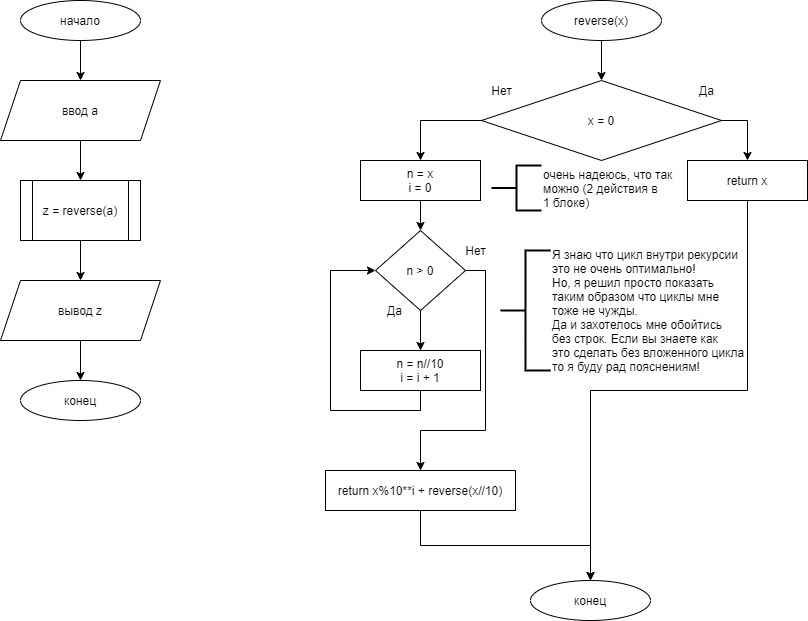
The draw.io diagram homeworks/task_2.png in sgb128/python_SVKachkalda, before a commit. Source tidied: cells renumbered, new cells last; positions are measured from the earlier drawing's top-left corner, leaving out a move shared by most shapes. Its diagram source:
```xml
<mxGraphModel>
  <root>
    <mxCell id="0" />
    <mxCell id="1" parent="0" />
    <mxCell id="2" style="edgeStyle=orthogonalEdgeStyle;rounded=0;jettySize=auto;html=1;exitX=0.5;exitY=1;exitDx=0;exitDy=0;entryX=0.5;entryY=0;entryDx=0;entryDy=0;" parent="1" edge="1" source="3" target="5">
      <mxGeometry relative="1" as="geometry" />
    </mxCell>
    <mxCell id="3" value="reverse(x)" style="ellipse;whiteSpace=wrap;html=1;" parent="1" vertex="1">
      <mxGeometry x="541" width="120" height="40" as="geometry" />
    </mxCell>
    <mxCell id="4" style="group;" parent="1" vertex="1">
      <mxGeometry x="481" y="80" width="240" height="80" as="geometry" />
    </mxCell>
    <mxCell id="5" value="x = 0" style="rhombus;whiteSpace=wrap;html=1;" parent="4" vertex="1">
      <mxGeometry width="240" height="80" as="geometry" />
    </mxCell>
    <mxCell id="6" value="Нет" style="text;html=1;align=center;verticalAlign=middle;" parent="4" vertex="1">
      <mxGeometry width="40" height="20" as="geometry" />
    </mxCell>
    <mxCell id="7" value="Да" style="text;html=1;align=center;verticalAlign=middle;" parent="4" vertex="1">
      <mxGeometry x="210" width="30" height="20" as="geometry" />
    </mxCell>
    <mxCell id="8" style="edgeStyle=orthogonalEdgeStyle;rounded=0;jettySize=auto;html=1;exitX=0.5;exitY=1;exitDx=0;exitDy=0;entryX=0.5;entryY=0;entryDx=0;entryDy=0;" parent="1" edge="1" source="9" target="12">
      <mxGeometry relative="1" as="geometry" />
    </mxCell>
    <mxCell id="9" value="return x" style="rounded=0;whiteSpace=wrap;html=1;" parent="1" vertex="1">
      <mxGeometry x="687" y="160" width="120" height="40" as="geometry" />
    </mxCell>
    <mxCell id="10" style="edgeStyle=orthogonalEdgeStyle;rounded=0;jettySize=auto;html=1;exitX=0.5;exitY=1;exitDx=0;exitDy=0;" parent="1" edge="1" source="11" target="12">
      <mxGeometry relative="1" as="geometry" />
    </mxCell>
    <mxCell id="11" value="return x%10**i + reverse(x//10)" style="rounded=0;whiteSpace=wrap;html=1;" parent="1" vertex="1">
      <mxGeometry x="325" y="470" width="190" height="40" as="geometry" />
    </mxCell>
    <mxCell id="12" value="конец" style="ellipse;whiteSpace=wrap;html=1;" parent="1" vertex="1">
      <mxGeometry x="530" y="580" width="120" height="40" as="geometry" />
    </mxCell>
    <mxCell id="13" style="edgeStyle=orthogonalEdgeStyle;rounded=0;jettySize=auto;html=1;exitX=1;exitY=0.5;exitDx=0;exitDy=0;entryX=0.5;entryY=0;entryDx=0;entryDy=0;" parent="1" edge="1" source="5" target="9">
      <mxGeometry relative="1" as="geometry" />
    </mxCell>
    <mxCell id="14" style="edgeStyle=orthogonalEdgeStyle;rounded=0;jettySize=auto;html=1;" parent="1" edge="1" source="15" target="17">
      <mxGeometry relative="1" as="geometry" />
    </mxCell>
    <mxCell id="15" value="начало" style="ellipse;whiteSpace=wrap;html=1;" parent="1" vertex="1">
      <mxGeometry x="20" width="120" height="40" as="geometry" />
    </mxCell>
    <mxCell id="16" style="edgeStyle=orthogonalEdgeStyle;rounded=0;jettySize=auto;html=1;" parent="1" edge="1" source="17" target="19">
      <mxGeometry relative="1" as="geometry" />
    </mxCell>
    <mxCell id="17" value="ввод a" style="shape=parallelogram;perimeter=parallelogramPerimeter;whiteSpace=wrap;html=1;fixedSize=1;" parent="1" vertex="1">
      <mxGeometry y="80" width="160" height="60" as="geometry" />
    </mxCell>
    <mxCell id="18" style="edgeStyle=orthogonalEdgeStyle;rounded=0;jettySize=auto;html=1;" parent="1" edge="1" source="19" target="31">
      <mxGeometry relative="1" as="geometry" />
    </mxCell>
    <mxCell id="19" value="z = reverse(a)" style="shape=process;whiteSpace=wrap;html=1;backgroundOutline=1;" parent="1" vertex="1">
      <mxGeometry x="20" y="180" width="120" height="60" as="geometry" />
    </mxCell>
    <mxCell id="20" style="edgeStyle=orthogonalEdgeStyle;rounded=0;jettySize=auto;html=1;exitX=0.5;exitY=1;exitDx=0;exitDy=0;entryX=0.5;entryY=0;entryDx=0;entryDy=0;" parent="1" edge="1" source="22" target="26">
      <mxGeometry relative="1" as="geometry" />
    </mxCell>
    <mxCell id="21" style="edgeStyle=orthogonalEdgeStyle;rounded=0;jettySize=auto;html=1;exitX=1;exitY=0.5;exitDx=0;exitDy=0;entryX=0.5;entryY=0;entryDx=0;entryDy=0;" parent="1" edge="1" source="22" target="11">
      <mxGeometry relative="1" as="geometry">
        <Array as="points">
          <mxPoint x="485" y="270" />
          <mxPoint x="485" y="430" />
          <mxPoint x="420" y="430" />
        </Array>
      </mxGeometry>
    </mxCell>
    <mxCell id="22" value="n &amp;gt; 0" style="rhombus;whiteSpace=wrap;html=1;" parent="1" vertex="1">
      <mxGeometry x="375" y="230" width="90" height="80" as="geometry" />
    </mxCell>
    <mxCell id="23" value="Нет" style="text;html=1;align=center;verticalAlign=middle;" parent="1" vertex="1">
      <mxGeometry x="455" y="240" width="40" height="20" as="geometry" />
    </mxCell>
    <mxCell id="24" value="Да" style="text;html=1;align=center;verticalAlign=middle;" parent="1" vertex="1">
      <mxGeometry x="379" y="300" width="30" height="20" as="geometry" />
    </mxCell>
    <mxCell id="25" style="edgeStyle=orthogonalEdgeStyle;rounded=0;jettySize=auto;html=1;exitX=0.5;exitY=1;exitDx=0;exitDy=0;entryX=0;entryY=0.5;entryDx=0;entryDy=0;" parent="1" edge="1" source="26" target="22">
      <mxGeometry relative="1" as="geometry">
        <Array as="points">
          <mxPoint x="420" y="410" />
          <mxPoint x="330" y="410" />
          <mxPoint x="330" y="270" />
        </Array>
      </mxGeometry>
    </mxCell>
    <mxCell id="26" value="n = n//10&lt;br&gt;i = i + 1" style="rounded=0;whiteSpace=wrap;html=1;" parent="1" vertex="1">
      <mxGeometry x="360" y="350" width="120" height="40" as="geometry" />
    </mxCell>
    <mxCell id="27" style="edgeStyle=orthogonalEdgeStyle;rounded=0;jettySize=auto;html=1;exitX=0.5;exitY=1;exitDx=0;exitDy=0;entryX=0.5;entryY=0;entryDx=0;entryDy=0;" parent="1" edge="1" source="28" target="22">
      <mxGeometry relative="1" as="geometry" />
    </mxCell>
    <mxCell id="28" value="n = x&lt;br&gt;i = 0" style="rounded=0;whiteSpace=wrap;html=1;" parent="1" vertex="1">
      <mxGeometry x="360" y="160" width="120" height="40" as="geometry" />
    </mxCell>
    <mxCell id="29" style="edgeStyle=orthogonalEdgeStyle;rounded=0;jettySize=auto;html=1;exitX=0;exitY=0.5;exitDx=0;exitDy=0;entryX=0.5;entryY=0;entryDx=0;entryDy=0;" parent="1" edge="1" source="5" target="28">
      <mxGeometry relative="1" as="geometry" />
    </mxCell>
    <mxCell id="30" style="edgeStyle=orthogonalEdgeStyle;rounded=0;jettySize=auto;html=1;" parent="1" edge="1" source="31" target="32">
      <mxGeometry relative="1" as="geometry" />
    </mxCell>
    <mxCell id="31" value="вывод z" style="shape=parallelogram;perimeter=parallelogramPerimeter;whiteSpace=wrap;html=1;fixedSize=1;" parent="1" vertex="1">
      <mxGeometry y="280" width="160" height="60" as="geometry" />
    </mxCell>
    <mxCell id="32" value="конец" style="ellipse;whiteSpace=wrap;html=1;" parent="1" vertex="1">
      <mxGeometry x="20" y="380" width="120" height="40" as="geometry" />
    </mxCell>
    <mxCell id="33" value="Я знаю что цикл внутри рекурсии&lt;br&gt;это не очень оптимально!&lt;br&gt;Но, я решил просто показать&lt;br&gt;таким образом&amp;nbsp;что циклы мне&lt;br&gt;тоже не чужды.&lt;br&gt;Да и захотелось мне обойтись&lt;br&gt;без строк. Если вы знаете как&lt;br&gt;это сделать без вложенного цикла&lt;br&gt;то я буду рад пояснениям!" style="strokeWidth=2;html=1;shape=mxgraph.flowchart.annotation_2;align=left;labelPosition=right;" parent="1" vertex="1">
      <mxGeometry x="500" y="250" width="50" height="120" as="geometry" />
    </mxCell>
    <mxCell id="34" value="очень надеюсь, что так&lt;br&gt;можно (2 действия в&lt;br&gt;1 блоке)" style="strokeWidth=2;html=1;shape=mxgraph.flowchart.annotation_2;align=left;labelPosition=right;" parent="1" vertex="1">
      <mxGeometry x="491" y="165" width="50" height="45" as="geometry" />
    </mxCell>
  </root>
</mxGraphModel>
```
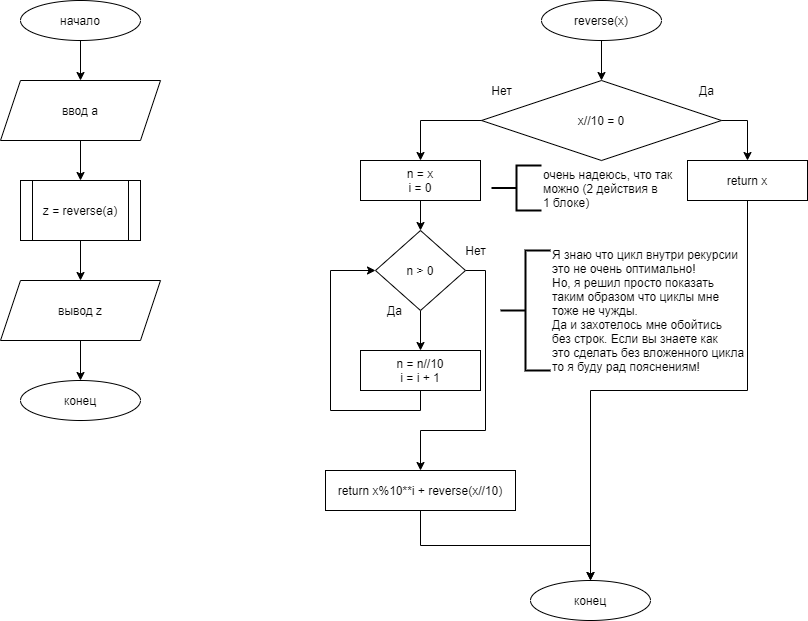
The same diagram one commit later.

What changed in the source:
```diff
@@ -11,7 +11,7 @@
     <mxCell id="4" style="group;" parent="1" vertex="1">
       <mxGeometry x="481" y="80" width="240" height="80" as="geometry" />
     </mxCell>
-    <mxCell id="5" value="x = 0" style="rhombus;whiteSpace=wrap;html=1;" parent="4" vertex="1">
+    <mxCell id="5" value="x//10 = 0" style="rhombus;whiteSpace=wrap;html=1;" parent="4" vertex="1">
       <mxGeometry width="240" height="80" as="geometry" />
     </mxCell>
     <mxCell id="6" value="Нет" style="text;html=1;align=center;verticalAlign=middle;" parent="4" vertex="1">
```
